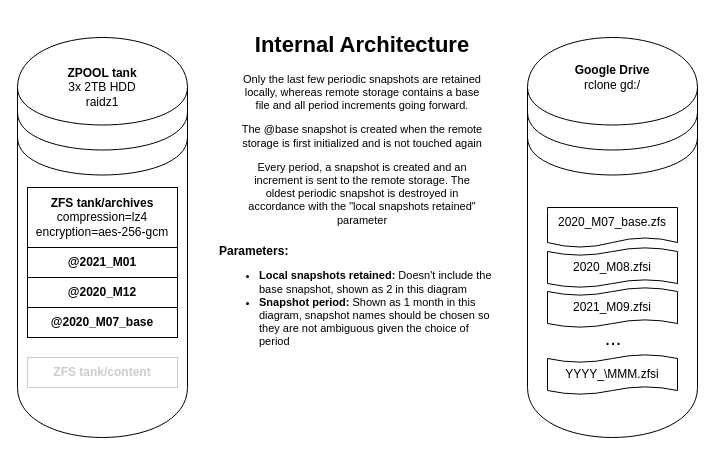
Before: page "Internal Arch" (2 of 5) of storage_architecture.drawio in jonmon6691/storage_architecture, a draw.io diagram. Source tidied: cells renumbered, new cells numbered last; positions are measured from the earlier drawing's top-left corner, leaving out a move shared by most shapes. Both pictures are drawn from the tidied source at 100%, with x=0, y=0 at pixel (17, 27).
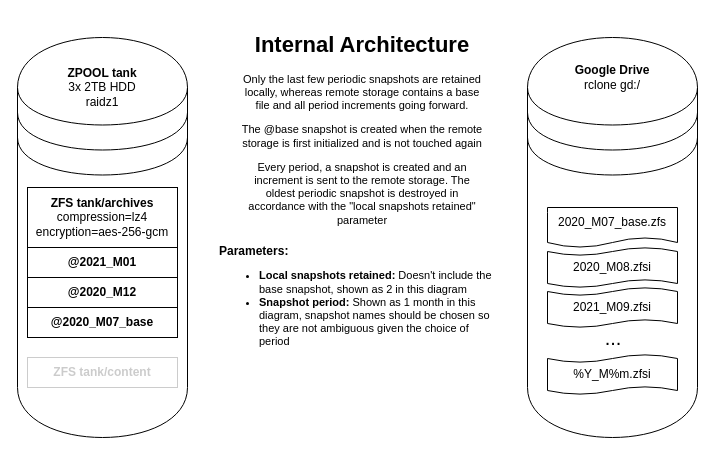
The same diagram, later.

Change to the diagram source:
```diff
@@
 <mxGraphModel>
   <root>
     <mxCell id="0" />
     <mxCell id="1" parent="0" />
     <mxCell id="2" style="shape=datastore;whiteSpace=wrap;html=1;verticalAlign=top;horizontal=1;align=center;" parent="1" vertex="1">
       <mxGeometry x="510" y="10" width="170" height="400" as="geometry" />
     </mxCell>
     <mxCell id="3" style="shape=datastore;whiteSpace=wrap;html=1;verticalAlign=top;horizontal=1;align=center;" parent="1" vertex="1">
       <mxGeometry y="10" width="170" height="400" as="geometry" />
     </mxCell>
     <mxCell id="4" value="&lt;b&gt;ZFS tank/archives&lt;br&gt;&lt;/b&gt;compression=lz4&lt;br&gt;encryption=aes-256-gcm" style="rounded=0;whiteSpace=wrap;html=1;" parent="1" vertex="1">
       <mxGeometry x="10" y="160" width="150" height="60" as="geometry" />
     </mxCell>
     <mxCell id="5" value="&lt;b&gt;ZFS tank/content&lt;/b&gt;&lt;br&gt;" style="rounded=0;whiteSpace=wrap;html=1;opacity=20;textOpacity=20;" parent="1" vertex="1">
       <mxGeometry x="10" y="330" width="150" height="30" as="geometry" />
     </mxCell>
     <mxCell id="6" value="&lt;b&gt;ZPOOL tank&lt;br&gt;&lt;/b&gt;3x 2TB HDD&lt;br&gt;raidz1" style="rounded=0;whiteSpace=wrap;html=1;align=center;fillColor=none;strokeColor=none;" parent="1" vertex="1">
       <mxGeometry x="20" y="30" width="130" height="60" as="geometry" />
     </mxCell>
     <mxCell id="7" value="&lt;b&gt;@2021_M01&lt;/b&gt;" style="rounded=0;whiteSpace=wrap;html=1;" parent="1" vertex="1">
       <mxGeometry x="10" y="220" width="150" height="30" as="geometry" />
     </mxCell>
     <mxCell id="8" value="&lt;b&gt;@2020_M12&lt;/b&gt;" style="rounded=0;whiteSpace=wrap;html=1;" parent="1" vertex="1">
       <mxGeometry x="10" y="250" width="150" height="30" as="geometry" />
     </mxCell>
     <mxCell id="9" value="&lt;b&gt;Google Drive&lt;br&gt;&lt;/b&gt;rclone gd:/" style="rounded=0;whiteSpace=wrap;html=1;align=center;fillColor=none;strokeColor=none;" parent="1" vertex="1">
       <mxGeometry x="530" y="20" width="130" height="60" as="geometry" />
     </mxCell>
     <mxCell id="10" value="2020_M07_base.zfs" style="shape=document;whiteSpace=wrap;html=1;boundedLbl=1;fillColor=none;align=center;size=0.25;" parent="1" vertex="1">
       <mxGeometry x="530" y="180" width="130" height="40" as="geometry" />
     </mxCell>
     <mxCell id="11" value="&lt;b&gt;@2020_M07_base&lt;/b&gt;" style="rounded=0;whiteSpace=wrap;html=1;" parent="1" vertex="1">
       <mxGeometry x="10" y="280" width="150" height="30" as="geometry" />
     </mxCell>
     <mxCell id="12" value="2020_M08.zfsi" style="shape=tape;whiteSpace=wrap;html=1;fillColor=none;align=center;size=0.2;" parent="1" vertex="1">
       <mxGeometry x="530" y="220" width="130" height="40" as="geometry" />
     </mxCell>
     <mxCell id="13" value="2021_M09.zfsi" style="shape=tape;whiteSpace=wrap;html=1;fillColor=none;align=center;size=0.2;" parent="1" vertex="1">
       <mxGeometry x="530" y="260" width="130" height="40" as="geometry" />
     </mxCell>
-    <mxCell id="14" value="YYYY_\MMM.zfsi" style="shape=tape;whiteSpace=wrap;html=1;fillColor=none;align=center;size=0.2;" parent="1" vertex="1">
+    <mxCell id="14" value="%Y_M%m.zfsi" style="shape=tape;whiteSpace=wrap;html=1;fillColor=none;align=center;size=0.2;" parent="1" vertex="1">
       <mxGeometry x="530" y="327" width="130" height="40" as="geometry" />
     </mxCell>
     <mxCell id="15" value="..." style="text;html=1;strokeColor=none;fillColor=none;align=center;verticalAlign=middle;whiteSpace=wrap;rounded=0;fontSize=20;" parent="1" vertex="1">
       <mxGeometry x="576" y="300" width="40" height="20" as="geometry" />
     </mxCell>
     <mxCell id="16" value="&lt;h1&gt;Internal Architecture&lt;/h1&gt;&lt;p&gt;Only the last few periodic snapshots are retained locally, whereas remote storage contains a base file and all period increments going forward.&lt;/p&gt;&lt;p&gt;The @base snapshot is created when the remote storage is first initialized and is not touched again&lt;/p&gt;&lt;p&gt;Every period, a snapshot is created and an increment is sent to the remote storage. The oldest periodic snapshot is destroyed in accordance with the &quot;local snapshots retained&quot; parameter&lt;/p&gt;" style="text;html=1;strokeColor=none;fillColor=none;spacing=5;spacingTop=-20;whiteSpace=wrap;overflow=hidden;rounded=0;fontSize=11;align=center;" parent="1" vertex="1">
       <mxGeometry x="220" width="250" height="200" as="geometry" />
     </mxCell>
     <mxCell id="17" value="&lt;b style=&quot;font-size: 12px&quot;&gt;&lt;font style=&quot;font-size: 12px&quot;&gt;Parameters:&lt;br&gt;&lt;/font&gt;&lt;/b&gt;&lt;ul&gt;&lt;li&gt;&lt;b&gt;Local snapshots retained:&lt;/b&gt; Doesn't include the base snapshot, shown as 2 in this diagram&lt;/li&gt;&lt;li style=&quot;font-size: 11px&quot;&gt;&lt;b&gt;Snapshot period:&lt;/b&gt; Shown as 1 month in this diagram, snapshot names should be chosen so they are not ambiguous given the choice of period&lt;/li&gt;&lt;/ul&gt;" style="text;html=1;strokeColor=none;fillColor=none;align=left;verticalAlign=top;whiteSpace=wrap;rounded=0;labelBackgroundColor=#FFFFFF;fontSize=11;opacity=50;" parent="1" vertex="1">
       <mxGeometry x="200" y="210" width="280" height="120" as="geometry" />
     </mxCell>
   </root>
 </mxGraphModel>
```
